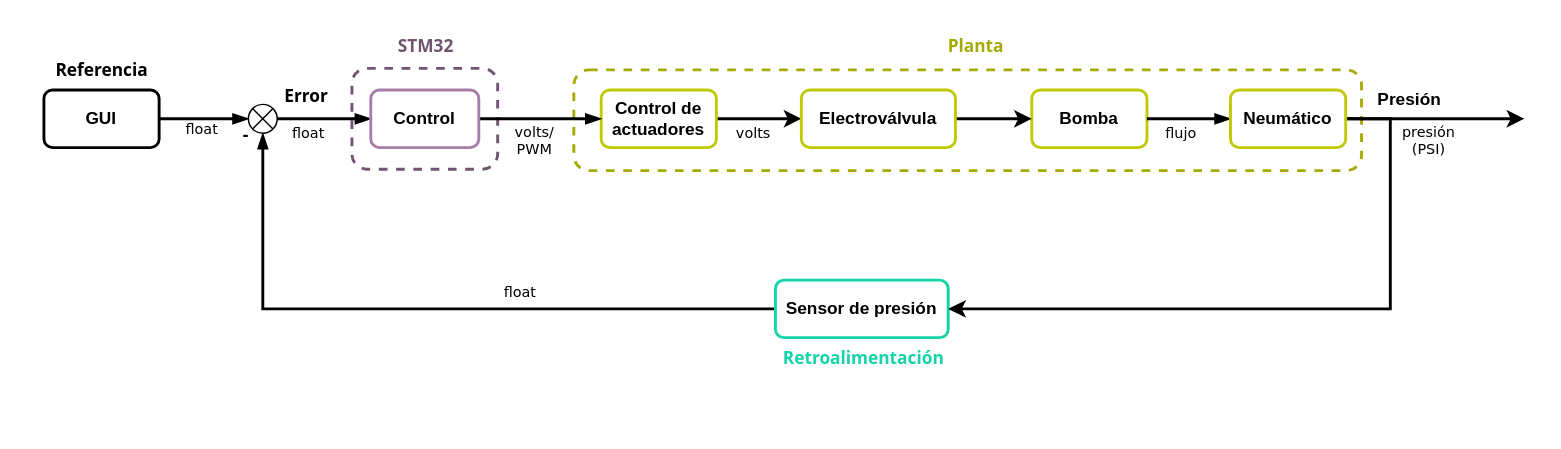
GuillermoGJ03/Repo-Embebidos-Avanzados keeps this draw.io diagram as page "Lazo cerrado de control" (1 of 3) of Reto/Sistema de control y diagrama de flujo.drawio. Above is the earlier version. Source tidied: cells renumbered, new cells numbered last; positions are measured from the earlier drawing's top-left corner, leaving out a move shared by most shapes. Both pictures are drawn from the tidied source at 144%, with x=0, y=0 at pixel (36, 24).
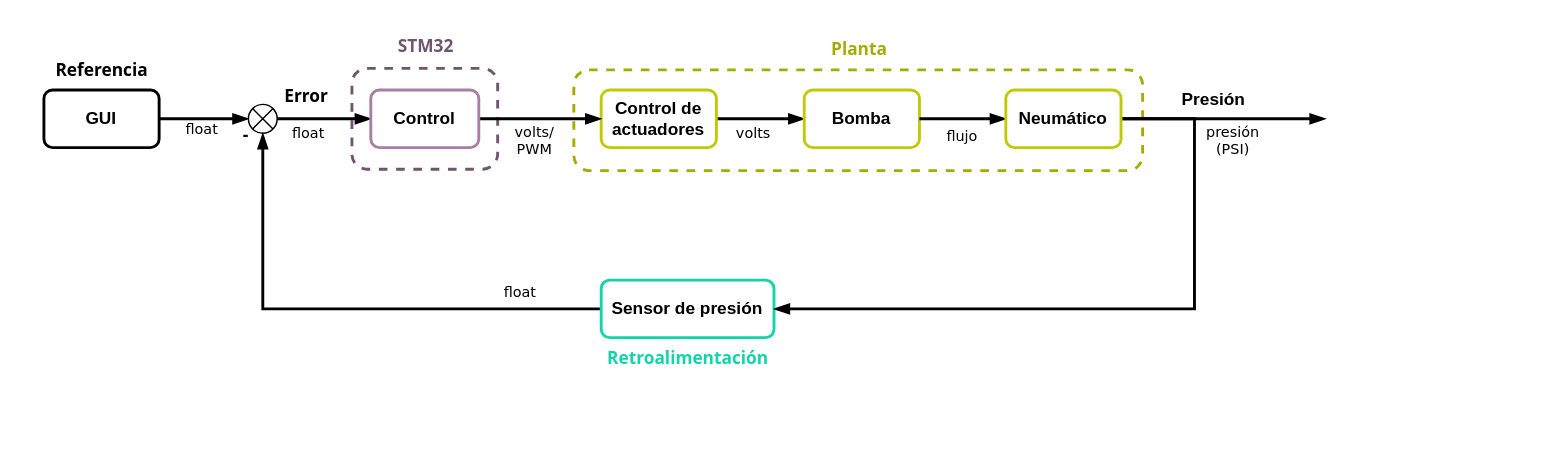
The same diagram, later.

The change refers to these unchanged cells:
```xml
<mxCell id="6" value="Control de actuadores" style="rounded=1;whiteSpace=wrap;html=1;strokeWidth=2;fontStyle=1;strokeColor=#C1C904;" parent="1" vertex="1">
  <mxGeometry x="392" y="45" width="80" height="40" as="geometry" />
</mxCell>
```

Change to the diagram source:
```diff
@@
+    <mxCell id="35" style="whiteSpace=wrap;html=1;hachureGap=4;strokeColor=#FFFFFF;fillColor=#FFFFFF;" parent="1" vertex="1">
+      <mxGeometry x="-8" y="2" width="914" height="275" as="geometry" />
+    </mxCell>
     <mxCell id="2" style="rounded=1;whiteSpace=wrap;html=1;strokeWidth=2;dashed=1;strokeColor=#A4AB03;" parent="1" vertex="1">
-      <mxGeometry x="373" y="31" width="547" height="70" as="geometry" />
+      <mxGeometry x="373" y="31" width="395" height="70" as="geometry" />
     </mxCell>
@@
-    <mxCell id="5" style="edgeStyle=orthogonalEdgeStyle;rounded=0;jettySize=auto;html=1;strokeWidth=2;" parent="1" edge="1" source="6" target="34">
+    <mxCell id="5" style="edgeStyle=orthogonalEdgeStyle;rounded=0;jettySize=auto;html=1;strokeWidth=2;endArrow=blockThin;endFill=1;" parent="1" edge="1" source="6" target="9">
       <mxGeometry relative="1" as="geometry" />
     </mxCell>
@@
     <mxCell id="9" value="Bomba" style="rounded=1;whiteSpace=wrap;html=1;strokeWidth=2;fontStyle=1;strokeColor=#C1C904;" parent="1" vertex="1">
-      <mxGeometry x="691" y="45" width="80" height="40" as="geometry" />
+      <mxGeometry x="533" y="45" width="80" height="40" as="geometry" />
     </mxCell>
@@
     <mxCell id="12" value="Sensor de presión" style="rounded=1;whiteSpace=wrap;html=1;strokeWidth=2;fontStyle=1;strokeColor=#13D3A8;" parent="1" vertex="1">
-      <mxGeometry x="513" y="177" width="120" height="40" as="geometry" />
+      <mxGeometry x="392" y="177" width="120" height="40" as="geometry" />
     </mxCell>
@@
     <mxCell id="14" value="Presión" style="text;html=1;align=center;verticalAlign=middle;strokeColor=none;fillColor=none;fontStyle=1;" parent="1" vertex="1">
-      <mxGeometry x="918" y="37" width="70" height="30" as="geometry" />
+      <mxGeometry x="782" y="37" width="70" height="30" as="geometry" />
     </mxCell>
@@
-    <mxCell id="20" style="edgeStyle=orthogonalEdgeStyle;rounded=0;jettySize=auto;html=1;entryX=1;entryY=0.5;entryDx=0;entryDy=0;strokeWidth=2;" parent="1" edge="1" source="22" target="12">
+    <mxCell id="20" style="edgeStyle=orthogonalEdgeStyle;rounded=0;jettySize=auto;html=1;strokeWidth=2;endArrow=blockThin;endFill=1;" parent="1" edge="1" source="22" target="12">
       <mxGeometry relative="1" as="geometry">
         <Array as="points">
-          <mxPoint x="940" y="65" />
-          <mxPoint x="940" y="197" />
+          <mxPoint x="804" y="65" />
+          <mxPoint x="804" y="197" />
         </Array>
       </mxGeometry>
     </mxCell>
-    <mxCell id="21" style="edgeStyle=orthogonalEdgeStyle;rounded=0;jettySize=auto;html=1;strokeWidth=2;" parent="1" edge="1" source="22">
+    <mxCell id="21" style="edgeStyle=orthogonalEdgeStyle;rounded=0;jettySize=auto;html=1;strokeWidth=2;endArrow=blockThin;endFill=1;" parent="1" edge="1" source="22">
       <mxGeometry relative="1" as="geometry">
-        <mxPoint x="1033" y="65" as="targetPoint" />
+        <mxPoint x="895" y="65" as="targetPoint" />
       </mxGeometry>
     </mxCell>
     <mxCell id="22" value="Neumático" style="rounded=1;whiteSpace=wrap;html=1;strokeWidth=2;fontStyle=1;strokeColor=#C1C904;" parent="1" vertex="1">
-      <mxGeometry x="829" y="45" width="80" height="40" as="geometry" />
+      <mxGeometry x="673" y="45" width="80" height="40" as="geometry" />
     </mxCell>
     <mxCell id="23" value="Planta" style="text;html=1;align=center;verticalAlign=middle;strokeColor=none;fillColor=none;fontFamily=Tahoma;fontStyle=1;fontColor=#A4AB03;" parent="1" vertex="1">
-      <mxGeometry x="622" width="60" height="30" as="geometry" />
+      <mxGeometry x="540.5" y="2" width="60" height="30" as="geometry" />
     </mxCell>
     <mxCell id="24" value="Retroalimentación" style="text;html=1;align=center;verticalAlign=middle;strokeColor=none;fillColor=none;fontFamily=Tahoma;fontStyle=1;fontColor=#13D3A8;" parent="1" vertex="1">
-      <mxGeometry x="509" y="217" width="130" height="30" as="geometry" />
+      <mxGeometry x="387" y="217" width="130" height="30" as="geometry" />
     </mxCell>
@@
     <mxCell id="30" value="flujo" style="text;html=1;strokeColor=none;fillColor=none;align=center;verticalAlign=middle;whiteSpace=wrap;rounded=0;fontStyle=0;fontSize=10;fontFamily=Verdana;" parent="1" vertex="1">
-      <mxGeometry x="765" y="60" width="60" height="30" as="geometry" />
+      <mxGeometry x="613" y="68" width="60" height="18" as="geometry" />
     </mxCell>
     <mxCell id="31" value="presión&lt;br&gt;(PSI)" style="text;html=1;strokeColor=none;fillColor=none;align=center;verticalAlign=middle;whiteSpace=wrap;rounded=0;fontStyle=0;fontSize=10;fontFamily=Verdana;" parent="1" vertex="1">
-      <mxGeometry x="937" y="65" width="60" height="30" as="geometry" />
+      <mxGeometry x="801" y="65" width="60" height="30" as="geometry" />
     </mxCell>
@@
-    <mxCell id="33" style="edgeStyle=orthogonalEdgeStyle;rounded=0;jettySize=auto;html=1;entryX=0;entryY=0.5;entryDx=0;entryDy=0;strokeWidth=2;" parent="1" edge="1" source="34" target="9">
-      <mxGeometry relative="1" as="geometry" />
-    </mxCell>
-    <mxCell id="34" value="Electroválvula" style="rounded=1;whiteSpace=wrap;html=1;strokeWidth=2;fontStyle=1;strokeColor=#C1C904;" parent="1" vertex="1">
-      <mxGeometry x="531" y="45" width="107" height="40" as="geometry" />
-    </mxCell>
```
